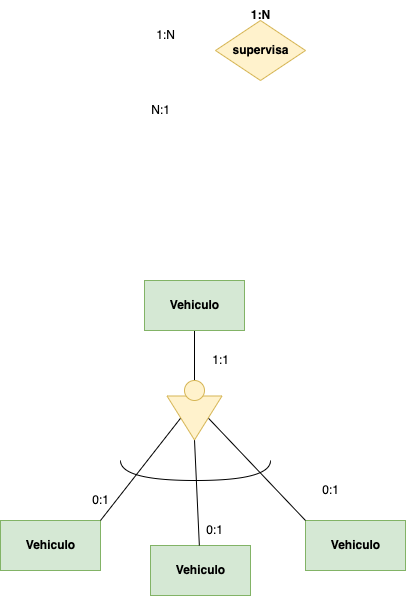
Before: tareas/tarea-3/images/ejercicio18.drawio.png, a diagram exported from draw.io (deylansystem/actividadesBAE). Source tidied: cells renumbered, new cells last; positions are measured from the earlier drawing's top-left corner, leaving out a move shared by most shapes.
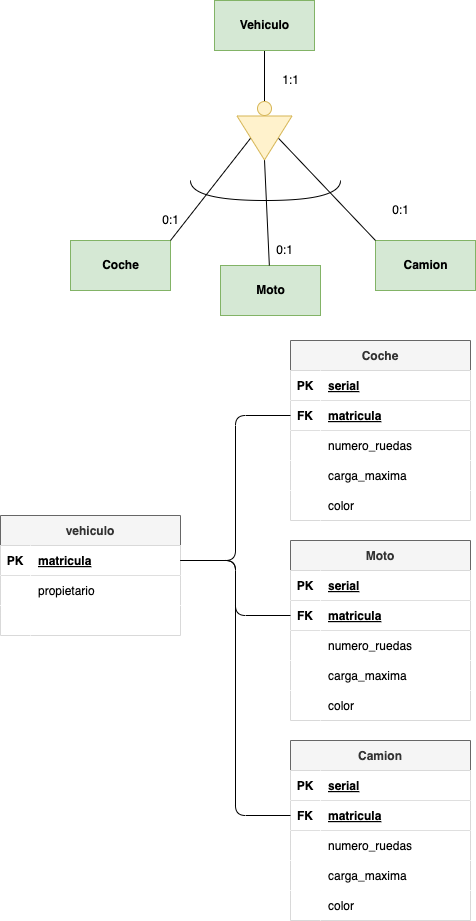
After the change.

Change to the diagram source:
```diff
@@ -8,25 +8,13 @@
     <mxCell id="3" value="&lt;font color=&quot;#000000&quot;&gt;&lt;b&gt;Vehiculo&lt;/b&gt;&lt;/font&gt;" style="html=1;dashed=0;whitespace=wrap;fillColor=#d5e8d4;strokeColor=#82b366;" parent="1" vertex="1">
       <mxGeometry x="144" y="280" width="100" height="50" as="geometry" />
     </mxCell>
-    <mxCell id="4" value="&lt;font color=&quot;#000000&quot;&gt;&lt;b&gt;supervisa&lt;/b&gt;&lt;/font&gt;" style="shape=rhombus;html=1;dashed=0;whitespace=wrap;perimeter=rhombusPerimeter;fillColor=#fff2cc;strokeColor=#d6b656;" parent="1" vertex="1">
-      <mxGeometry x="215" y="20" width="90" height="60" as="geometry" />
-    </mxCell>
-    <mxCell id="5" value="&lt;b&gt;1:N&lt;/b&gt;" style="text;html=1;align=center;verticalAlign=middle;strokeColor=none;fillColor=none;" parent="1" vertex="1">
-      <mxGeometry x="240" width="40" height="30" as="geometry" />
-    </mxCell>
-    <mxCell id="6" value="1:N" style="text;html=1;align=center;verticalAlign=middle;strokeColor=none;fillColor=none;" parent="1" vertex="1">
-      <mxGeometry x="145" y="20" width="40" height="30" as="geometry" />
-    </mxCell>
-    <mxCell id="7" value="N:1" style="text;html=1;align=center;verticalAlign=middle;strokeColor=none;fillColor=none;" parent="1" vertex="1">
-      <mxGeometry x="140" y="95" width="40" height="30" as="geometry" />
-    </mxCell>
-    <mxCell id="8" value="&lt;font color=&quot;#000000&quot;&gt;&lt;b&gt;Vehiculo&lt;/b&gt;&lt;/font&gt;" style="html=1;dashed=0;whitespace=wrap;fillColor=#d5e8d4;strokeColor=#82b366;" parent="1" vertex="1">
+    <mxCell id="8" value="&lt;font color=&quot;#000000&quot;&gt;&lt;b&gt;Camion&lt;/b&gt;&lt;/font&gt;" style="html=1;dashed=0;whitespace=wrap;fillColor=#d5e8d4;strokeColor=#82b366;" parent="1" vertex="1">
       <mxGeometry x="305" y="520" width="100" height="50" as="geometry" />
     </mxCell>
-    <mxCell id="9" value="&lt;font color=&quot;#000000&quot;&gt;&lt;b&gt;Vehiculo&lt;/b&gt;&lt;/font&gt;" style="html=1;dashed=0;whitespace=wrap;fillColor=#d5e8d4;strokeColor=#82b366;" parent="1" vertex="1">
+    <mxCell id="9" value="&lt;font color=&quot;#000000&quot;&gt;&lt;b&gt;Moto&lt;/b&gt;&lt;/font&gt;" style="html=1;dashed=0;whitespace=wrap;fillColor=#d5e8d4;strokeColor=#82b366;" parent="1" vertex="1">
       <mxGeometry x="150" y="545" width="100" height="50" as="geometry" />
     </mxCell>
-    <mxCell id="10" value="&lt;font color=&quot;#000000&quot;&gt;&lt;b&gt;Vehiculo&lt;/b&gt;&lt;/font&gt;" style="html=1;dashed=0;whitespace=wrap;fillColor=#d5e8d4;strokeColor=#82b366;" parent="1" vertex="1">
+    <mxCell id="10" value="&lt;font color=&quot;#000000&quot;&gt;&lt;b&gt;Coche&lt;/b&gt;&lt;/font&gt;" style="html=1;dashed=0;whitespace=wrap;fillColor=#d5e8d4;strokeColor=#82b366;" parent="1" vertex="1">
       <mxGeometry y="520" width="100" height="50" as="geometry" />
     </mxCell>
     <mxCell id="11" value="1:1" style="text;html=1;align=center;verticalAlign=middle;strokeColor=none;fillColor=none;" parent="1" vertex="1">
@@ -67,7 +55,190 @@
       <mxGeometry relative="1" as="geometry" />
     </mxCell>
     <mxCell id="21" style="ellipse;whiteSpace=wrap;html=1;fillColor=#fff2cc;strokeColor=#d6b656;" parent="1" vertex="1">
-      <mxGeometry x="184" y="380" width="20" height="20" as="geometry" />
+      <mxGeometry x="187" y="381" width="14" height="14" as="geometry" />
     </mxCell>
+    <mxCell id="22" value="vehiculo" style="shape=table;startSize=30;rowLines=0;fontStyle=1;align=center;fillColor=#f5f5f5;strokeColor=#666666;fontColor=#333333;" parent="1" vertex="1">
+      <mxGeometry x="-70" y="795" width="180" height="120" as="geometry" />
+    </mxCell>
+    <mxCell id="23" style="shape=tableRow;horizontal=0;startSize=0;swimlaneHead=0;swimlaneBody=0;fillColor=#FFFFFF;points=[[0,0.5],[1,0.5]];portConstraint=eastwest;top=0;left=0;right=0;bottom=1;fontColor=#000000;" parent="22" vertex="1">
+      <mxGeometry y="30" width="180" height="30" as="geometry" />
+    </mxCell>
+    <mxCell id="24" value="PK" style="shape=partialRectangle;fillColor=#FFFFFF;top=0;left=0;bottom=0;right=0;fontStyle=1;overflow=hidden;fontColor=#000000;" parent="23" vertex="1">
+      <mxGeometry width="30" height="30" as="geometry" />
+    </mxCell>
+    <mxCell id="25" value="matricula" style="shape=partialRectangle;fillColor=#FFFFFF;top=0;left=0;bottom=0;right=0;align=left;spacingLeft=6;fontStyle=5;overflow=hidden;fontColor=#000000;" parent="23" vertex="1">
+      <mxGeometry x="30" width="150" height="30" as="geometry" />
+    </mxCell>
+    <mxCell id="26" style="shape=tableRow;horizontal=0;startSize=0;swimlaneHead=0;swimlaneBody=0;fillColor=#FFFFFF;top=0;left=0;right=0;bottom=0;fontColor=#000000;" parent="22" vertex="1">
+      <mxGeometry y="60" width="180" height="30" as="geometry" />
+    </mxCell>
+    <mxCell id="27" style="shape=partialRectangle;fillColor=#FFFFFF;top=0;left=0;bottom=0;right=0;overflow=hidden;fontColor=#000000;" parent="26" vertex="1">
+      <mxGeometry width="30" height="30" as="geometry" />
+    </mxCell>
+    <mxCell id="28" value="propietario" style="shape=partialRectangle;fillColor=#FFFFFF;top=0;left=0;bottom=0;right=0;align=left;spacingLeft=6;overflow=hidden;fontColor=#000000;" parent="26" vertex="1">
+      <mxGeometry x="30" width="150" height="30" as="geometry" />
+    </mxCell>
+    <mxCell id="29" style="shape=tableRow;horizontal=0;startSize=0;swimlaneHead=0;swimlaneBody=0;fillColor=#FFFFFF;top=0;left=0;right=0;bottom=0;fontColor=#000000;" parent="22" vertex="1">
+      <mxGeometry y="90" width="180" height="30" as="geometry" />
+    </mxCell>
+    <mxCell id="30" style="shape=partialRectangle;fillColor=#FFFFFF;top=0;left=0;bottom=0;right=0;overflow=hidden;fontColor=#000000;" parent="29" vertex="1">
+      <mxGeometry width="30" height="30" as="geometry" />
+    </mxCell>
+    <mxCell id="31" style="shape=partialRectangle;fillColor=#FFFFFF;top=0;left=0;bottom=0;right=0;align=left;spacingLeft=6;overflow=hidden;fontColor=#000000;" parent="29" vertex="1">
+      <mxGeometry x="30" width="150" height="30" as="geometry" />
+    </mxCell>
+    <mxCell id="32" value="Coche" style="shape=table;startSize=30;rowLines=0;fontStyle=1;align=center;fillColor=#f5f5f5;strokeColor=#666666;fontColor=#333333;" parent="1" vertex="1">
+      <mxGeometry x="220" y="620" width="180" height="180" as="geometry" />
+    </mxCell>
+    <mxCell id="33" style="shape=tableRow;horizontal=0;startSize=0;swimlaneHead=0;swimlaneBody=0;fillColor=#FFFFFF;top=0;left=0;right=0;bottom=1;fontColor=#000000;" parent="32" vertex="1">
+      <mxGeometry y="30" width="180" height="30" as="geometry" />
+    </mxCell>
+    <mxCell id="34" value="PK" style="shape=partialRectangle;fillColor=#FFFFFF;top=0;left=0;bottom=0;right=0;fontStyle=1;overflow=hidden;fontColor=#000000;" parent="33" vertex="1">
+      <mxGeometry width="30" height="30" as="geometry" />
+    </mxCell>
+    <mxCell id="35" value="serial" style="shape=partialRectangle;fillColor=#FFFFFF;top=0;left=0;bottom=0;right=0;align=left;spacingLeft=6;fontStyle=5;overflow=hidden;fontColor=#000000;" parent="33" vertex="1">
+      <mxGeometry x="30" width="150" height="30" as="geometry" />
+    </mxCell>
+    <mxCell id="36" style="shape=tableRow;horizontal=0;startSize=0;swimlaneHead=0;swimlaneBody=0;fillColor=#FFFFFF;points=[[0,0.5],[1,0.5]];portConstraint=eastwest;top=0;left=0;right=0;bottom=1;fontColor=#000000;" parent="32" vertex="1">
+      <mxGeometry y="60" width="180" height="30" as="geometry" />
+    </mxCell>
+    <mxCell id="37" value="FK" style="shape=partialRectangle;fillColor=#FFFFFF;top=0;left=0;bottom=0;right=0;fontStyle=1;overflow=hidden;fontColor=#000000;" parent="36" vertex="1">
+      <mxGeometry width="30" height="30" as="geometry" />
+    </mxCell>
+    <mxCell id="38" value="matricula" style="shape=partialRectangle;fillColor=#FFFFFF;top=0;left=0;bottom=0;right=0;align=left;spacingLeft=6;fontStyle=5;overflow=hidden;fontColor=#000000;" parent="36" vertex="1">
+      <mxGeometry x="30" width="150" height="30" as="geometry" />
+    </mxCell>
+    <mxCell id="39" style="shape=tableRow;horizontal=0;startSize=0;swimlaneHead=0;swimlaneBody=0;fillColor=#FFFFFF;top=0;left=0;right=0;bottom=0;fontColor=#000000;" parent="32" vertex="1">
+      <mxGeometry y="90" width="180" height="30" as="geometry" />
+    </mxCell>
+    <mxCell id="40" style="shape=partialRectangle;fillColor=#FFFFFF;top=0;left=0;bottom=0;right=0;overflow=hidden;fontColor=#000000;" parent="39" vertex="1">
+      <mxGeometry width="30" height="30" as="geometry" />
+    </mxCell>
+    <mxCell id="41" value="numero_ruedas" style="shape=partialRectangle;fillColor=#FFFFFF;top=0;left=0;bottom=0;right=0;align=left;spacingLeft=6;overflow=hidden;fontColor=#000000;" parent="39" vertex="1">
+      <mxGeometry x="30" width="150" height="30" as="geometry" />
+    </mxCell>
+    <mxCell id="42" style="shape=tableRow;horizontal=0;startSize=0;swimlaneHead=0;swimlaneBody=0;fillColor=#FFFFFF;top=0;left=0;right=0;bottom=0;fontColor=#000000;" parent="32" vertex="1">
+      <mxGeometry y="120" width="180" height="30" as="geometry" />
+    </mxCell>
+    <mxCell id="43" style="shape=partialRectangle;fillColor=#FFFFFF;top=0;left=0;bottom=0;right=0;overflow=hidden;fontColor=#000000;" parent="42" vertex="1">
+      <mxGeometry width="30" height="30" as="geometry" />
+    </mxCell>
+    <mxCell id="44" value="carga_maxima" style="shape=partialRectangle;fillColor=#FFFFFF;top=0;left=0;bottom=0;right=0;align=left;spacingLeft=6;overflow=hidden;fontColor=#000000;" parent="42" vertex="1">
+      <mxGeometry x="30" width="150" height="30" as="geometry" />
+    </mxCell>
+    <mxCell id="45" style="shape=tableRow;horizontal=0;startSize=0;swimlaneHead=0;swimlaneBody=0;fillColor=#FFFFFF;top=0;left=0;right=0;bottom=0;fontColor=#000000;" parent="32" vertex="1">
+      <mxGeometry y="150" width="180" height="30" as="geometry" />
+    </mxCell>
+    <mxCell id="46" style="shape=partialRectangle;fillColor=#FFFFFF;top=0;left=0;bottom=0;right=0;overflow=hidden;fontColor=#000000;" parent="45" vertex="1">
+      <mxGeometry width="30" height="30" as="geometry" />
+    </mxCell>
+    <mxCell id="47" value="color" style="shape=partialRectangle;fillColor=#FFFFFF;top=0;left=0;bottom=0;right=0;align=left;spacingLeft=6;overflow=hidden;fontColor=#000000;" parent="45" vertex="1">
+      <mxGeometry x="30" width="150" height="30" as="geometry" />
+    </mxCell>
+    <mxCell id="48" style="edgeStyle=orthogonalEdgeStyle;html=1;exitX=1;exitY=0.5;exitDx=0;exitDy=0;entryX=0;entryY=0.5;entryDx=0;entryDy=0;endArrow=none;endFill=0;" parent="1" edge="1" source="23" target="36">
+      <mxGeometry relative="1" as="geometry" />
+    </mxCell>
+    <mxCell id="49" value="Moto" style="shape=table;startSize=30;rowLines=0;fontStyle=1;align=center;fillColor=#f5f5f5;strokeColor=#666666;fontColor=#333333;" parent="1" vertex="1">
+      <mxGeometry x="220" y="820" width="180" height="180" as="geometry" />
+    </mxCell>
+    <mxCell id="50" style="shape=tableRow;horizontal=0;startSize=0;swimlaneHead=0;swimlaneBody=0;fillColor=#FFFFFF;top=0;left=0;right=0;bottom=1;fontColor=#000000;" parent="49" vertex="1">
+      <mxGeometry y="30" width="180" height="30" as="geometry" />
+    </mxCell>
+    <mxCell id="51" value="PK" style="shape=partialRectangle;fillColor=#FFFFFF;top=0;left=0;bottom=0;right=0;fontStyle=1;overflow=hidden;fontColor=#000000;" parent="50" vertex="1">
+      <mxGeometry width="30" height="30" as="geometry" />
+    </mxCell>
+    <mxCell id="52" value="serial" style="shape=partialRectangle;fillColor=#FFFFFF;top=0;left=0;bottom=0;right=0;align=left;spacingLeft=6;fontStyle=5;overflow=hidden;fontColor=#000000;" parent="50" vertex="1">
+      <mxGeometry x="30" width="150" height="30" as="geometry" />
+    </mxCell>
+    <mxCell id="53" style="shape=tableRow;horizontal=0;startSize=0;swimlaneHead=0;swimlaneBody=0;fillColor=#FFFFFF;points=[[0,0.5],[1,0.5]];portConstraint=eastwest;top=0;left=0;right=0;bottom=1;fontColor=#000000;" parent="49" vertex="1">
+      <mxGeometry y="60" width="180" height="30" as="geometry" />
+    </mxCell>
+    <mxCell id="54" value="FK" style="shape=partialRectangle;fillColor=#FFFFFF;top=0;left=0;bottom=0;right=0;fontStyle=1;overflow=hidden;fontColor=#000000;" parent="53" vertex="1">
+      <mxGeometry width="30" height="30" as="geometry" />
+    </mxCell>
+    <mxCell id="55" value="matricula" style="shape=partialRectangle;fillColor=#FFFFFF;top=0;left=0;bottom=0;right=0;align=left;spacingLeft=6;fontStyle=5;overflow=hidden;fontColor=#000000;" parent="53" vertex="1">
+      <mxGeometry x="30" width="150" height="30" as="geometry" />
+    </mxCell>
+    <mxCell id="56" style="shape=tableRow;horizontal=0;startSize=0;swimlaneHead=0;swimlaneBody=0;fillColor=#FFFFFF;top=0;left=0;right=0;bottom=0;fontColor=#000000;" parent="49" vertex="1">
+      <mxGeometry y="90" width="180" height="30" as="geometry" />
+    </mxCell>
+    <mxCell id="57" style="shape=partialRectangle;fillColor=#FFFFFF;top=0;left=0;bottom=0;right=0;overflow=hidden;fontColor=#000000;" parent="56" vertex="1">
+      <mxGeometry width="30" height="30" as="geometry" />
+    </mxCell>
+    <mxCell id="58" value="numero_ruedas" style="shape=partialRectangle;fillColor=#FFFFFF;top=0;left=0;bottom=0;right=0;align=left;spacingLeft=6;overflow=hidden;fontColor=#000000;" parent="56" vertex="1">
+      <mxGeometry x="30" width="150" height="30" as="geometry" />
+    </mxCell>
+    <mxCell id="59" style="shape=tableRow;horizontal=0;startSize=0;swimlaneHead=0;swimlaneBody=0;fillColor=#FFFFFF;top=0;left=0;right=0;bottom=0;fontColor=#000000;" parent="49" vertex="1">
+      <mxGeometry y="120" width="180" height="30" as="geometry" />
+    </mxCell>
+    <mxCell id="60" style="shape=partialRectangle;fillColor=#FFFFFF;top=0;left=0;bottom=0;right=0;overflow=hidden;fontColor=#000000;" parent="59" vertex="1">
+      <mxGeometry width="30" height="30" as="geometry" />
+    </mxCell>
+    <mxCell id="61" value="carga_maxima" style="shape=partialRectangle;fillColor=#FFFFFF;top=0;left=0;bottom=0;right=0;align=left;spacingLeft=6;overflow=hidden;fontColor=#000000;" parent="59" vertex="1">
+      <mxGeometry x="30" width="150" height="30" as="geometry" />
+    </mxCell>
+    <mxCell id="62" style="shape=tableRow;horizontal=0;startSize=0;swimlaneHead=0;swimlaneBody=0;fillColor=#FFFFFF;top=0;left=0;right=0;bottom=0;fontColor=#000000;" parent="49" vertex="1">
+      <mxGeometry y="150" width="180" height="30" as="geometry" />
+    </mxCell>
+    <mxCell id="63" style="shape=partialRectangle;fillColor=#FFFFFF;top=0;left=0;bottom=0;right=0;overflow=hidden;fontColor=#000000;" parent="62" vertex="1">
+      <mxGeometry width="30" height="30" as="geometry" />
+    </mxCell>
+    <mxCell id="64" value="color" style="shape=partialRectangle;fillColor=#FFFFFF;top=0;left=0;bottom=0;right=0;align=left;spacingLeft=6;overflow=hidden;fontColor=#000000;" parent="62" vertex="1">
+      <mxGeometry x="30" width="150" height="30" as="geometry" />
+    </mxCell>
+    <mxCell id="65" style="edgeStyle=orthogonalEdgeStyle;html=1;exitX=1;exitY=0.5;exitDx=0;exitDy=0;entryX=0;entryY=0.5;entryDx=0;entryDy=0;endArrow=none;endFill=0;" parent="1" edge="1" source="23" target="53">
+      <mxGeometry relative="1" as="geometry" />
+    </mxCell>
+    <mxCell id="66" value="Camion" style="shape=table;startSize=30;rowLines=0;fontStyle=1;align=center;fillColor=#f5f5f5;strokeColor=#666666;fontColor=#333333;" parent="1" vertex="1">
+      <mxGeometry x="220" y="1020" width="180" height="180" as="geometry" />
+    </mxCell>
+    <mxCell id="67" style="shape=tableRow;horizontal=0;startSize=0;swimlaneHead=0;swimlaneBody=0;fillColor=#FFFFFF;top=0;left=0;right=0;bottom=1;fontColor=#000000;" parent="66" vertex="1">
+      <mxGeometry y="30" width="180" height="30" as="geometry" />
+    </mxCell>
+    <mxCell id="68" value="PK" style="shape=partialRectangle;fillColor=#FFFFFF;top=0;left=0;bottom=0;right=0;fontStyle=1;overflow=hidden;fontColor=#000000;" parent="67" vertex="1">
+      <mxGeometry width="30" height="30" as="geometry" />
+    </mxCell>
+    <mxCell id="69" value="serial" style="shape=partialRectangle;fillColor=#FFFFFF;top=0;left=0;bottom=0;right=0;align=left;spacingLeft=6;fontStyle=5;overflow=hidden;fontColor=#000000;" parent="67" vertex="1">
+      <mxGeometry x="30" width="150" height="30" as="geometry" />
+    </mxCell>
+    <mxCell id="70" style="shape=tableRow;horizontal=0;startSize=0;swimlaneHead=0;swimlaneBody=0;fillColor=#FFFFFF;points=[[0,0.5],[1,0.5]];portConstraint=eastwest;top=0;left=0;right=0;bottom=1;fontColor=#000000;" parent="66" vertex="1">
+      <mxGeometry y="60" width="180" height="30" as="geometry" />
+    </mxCell>
+    <mxCell id="71" value="FK" style="shape=partialRectangle;fillColor=#FFFFFF;top=0;left=0;bottom=0;right=0;fontStyle=1;overflow=hidden;fontColor=#000000;" parent="70" vertex="1">
+      <mxGeometry width="30" height="30" as="geometry" />
+    </mxCell>
+    <mxCell id="72" value="matricula" style="shape=partialRectangle;fillColor=#FFFFFF;top=0;left=0;bottom=0;right=0;align=left;spacingLeft=6;fontStyle=5;overflow=hidden;fontColor=#000000;" parent="70" vertex="1">
+      <mxGeometry x="30" width="150" height="30" as="geometry" />
+    </mxCell>
+    <mxCell id="73" style="shape=tableRow;horizontal=0;startSize=0;swimlaneHead=0;swimlaneBody=0;fillColor=#FFFFFF;top=0;left=0;right=0;bottom=0;fontColor=#000000;" parent="66" vertex="1">
+      <mxGeometry y="90" width="180" height="30" as="geometry" />
+    </mxCell>
+    <mxCell id="74" style="shape=partialRectangle;fillColor=#FFFFFF;top=0;left=0;bottom=0;right=0;overflow=hidden;fontColor=#000000;" parent="73" vertex="1">
+      <mxGeometry width="30" height="30" as="geometry" />
+    </mxCell>
+    <mxCell id="75" value="numero_ruedas" style="shape=partialRectangle;fillColor=#FFFFFF;top=0;left=0;bottom=0;right=0;align=left;spacingLeft=6;overflow=hidden;fontColor=#000000;" parent="73" vertex="1">
+      <mxGeometry x="30" width="150" height="30" as="geometry" />
+    </mxCell>
+    <mxCell id="76" style="shape=tableRow;horizontal=0;startSize=0;swimlaneHead=0;swimlaneBody=0;fillColor=#FFFFFF;top=0;left=0;right=0;bottom=0;fontColor=#000000;" parent="66" vertex="1">
+      <mxGeometry y="120" width="180" height="30" as="geometry" />
+    </mxCell>
+    <mxCell id="77" style="shape=partialRectangle;fillColor=#FFFFFF;top=0;left=0;bottom=0;right=0;overflow=hidden;fontColor=#000000;" parent="76" vertex="1">
+      <mxGeometry width="30" height="30" as="geometry" />
+    </mxCell>
+    <mxCell id="78" value="carga_maxima" style="shape=partialRectangle;fillColor=#FFFFFF;top=0;left=0;bottom=0;right=0;align=left;spacingLeft=6;overflow=hidden;fontColor=#000000;" parent="76" vertex="1">
+      <mxGeometry x="30" width="150" height="30" as="geometry" />
+    </mxCell>
+    <mxCell id="79" style="shape=tableRow;horizontal=0;startSize=0;swimlaneHead=0;swimlaneBody=0;fillColor=#FFFFFF;top=0;left=0;right=0;bottom=0;fontColor=#000000;" parent="66" vertex="1">
+      <mxGeometry y="150" width="180" height="30" as="geometry" />
+    </mxCell>
+    <mxCell id="80" style="shape=partialRectangle;fillColor=#FFFFFF;top=0;left=0;bottom=0;right=0;overflow=hidden;fontColor=#000000;" parent="79" vertex="1">
+      <mxGeometry width="30" height="30" as="geometry" />
+    </mxCell>
+    <mxCell id="81" value="color" style="shape=partialRectangle;fillColor=#FFFFFF;top=0;left=0;bottom=0;right=0;align=left;spacingLeft=6;overflow=hidden;fontColor=#000000;" parent="79" vertex="1">
+      <mxGeometry x="30" width="150" height="30" as="geometry" />
+    </mxCell>
+    <mxCell id="82" style="edgeStyle=orthogonalEdgeStyle;html=1;exitX=1;exitY=0.5;exitDx=0;exitDy=0;entryX=0;entryY=0.5;entryDx=0;entryDy=0;endArrow=none;endFill=0;" parent="1" edge="1" source="23" target="70">
+      <mxGeometry relative="1" as="geometry" />
+    </mxCell>
   </root>
 </mxGraphModel>
```
